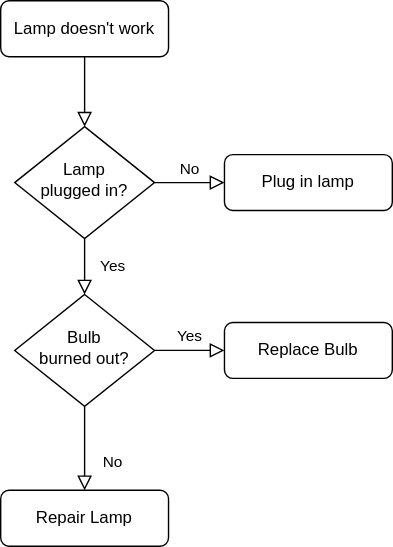
DevOpsCamp2022/pipeline-and-issue-tests keeps this draw.io diagram as diagram.drawio.svg. Above is the earlier version. Source tidied: cells renumbered, new cells last; positions are measured from the earlier drawing's top-left corner, leaving out a move shared by most shapes. Source of this version:
```xml
<mxGraphModel>
  <root>
    <mxCell id="0" />
    <mxCell id="1" parent="0" />
    <mxCell id="2" style="rounded=0;html=1;jettySize=auto;fontSize=11;endArrow=block;endFill=0;endSize=8;strokeWidth=1;shadow=0;labelBackgroundColor=none;edgeStyle=orthogonalEdgeStyle;" parent="1" edge="1" source="3" target="6">
      <mxGeometry relative="1" as="geometry" />
    </mxCell>
    <mxCell id="3" value="Lamp doesn't work" style="rounded=1;whiteSpace=wrap;html=1;fontSize=12;glass=0;strokeWidth=1;shadow=0;" parent="1" vertex="1">
      <mxGeometry width="120" height="40" as="geometry" />
    </mxCell>
    <mxCell id="4" value="Yes" style="rounded=0;html=1;jettySize=auto;fontSize=11;endArrow=block;endFill=0;endSize=8;strokeWidth=1;shadow=0;labelBackgroundColor=none;edgeStyle=orthogonalEdgeStyle;" parent="1" edge="1" source="6" target="10">
      <mxGeometry y="20" relative="1" as="geometry" />
    </mxCell>
    <mxCell id="5" value="No" style="edgeStyle=orthogonalEdgeStyle;rounded=0;html=1;jettySize=auto;fontSize=11;endArrow=block;endFill=0;endSize=8;strokeWidth=1;shadow=0;labelBackgroundColor=none;" parent="1" edge="1" source="6" target="7">
      <mxGeometry y="10" relative="1" as="geometry" />
    </mxCell>
    <mxCell id="6" value="Lamp&lt;br&gt;plugged in?" style="rhombus;whiteSpace=wrap;html=1;shadow=0;fontFamily=Helvetica;fontSize=12;align=center;strokeWidth=1;spacing=6;spacingTop=-4;" parent="1" vertex="1">
      <mxGeometry x="10" y="90" width="100" height="80" as="geometry" />
    </mxCell>
    <mxCell id="7" value="Plug in lamp" style="rounded=1;whiteSpace=wrap;html=1;fontSize=12;glass=0;strokeWidth=1;shadow=0;" parent="1" vertex="1">
      <mxGeometry x="160" y="110" width="120" height="40" as="geometry" />
    </mxCell>
    <mxCell id="8" value="No" style="rounded=0;html=1;jettySize=auto;fontSize=11;endArrow=block;endFill=0;endSize=8;strokeWidth=1;shadow=0;labelBackgroundColor=none;edgeStyle=orthogonalEdgeStyle;" parent="1" edge="1" source="10" target="11">
      <mxGeometry x="0.33" y="20" relative="1" as="geometry" />
    </mxCell>
    <mxCell id="9" value="Yes" style="edgeStyle=orthogonalEdgeStyle;rounded=0;html=1;jettySize=auto;fontSize=11;endArrow=block;endFill=0;endSize=8;strokeWidth=1;shadow=0;labelBackgroundColor=none;" parent="1" edge="1" source="10" target="12">
      <mxGeometry y="10" relative="1" as="geometry" />
    </mxCell>
    <mxCell id="10" value="Bulb&lt;br&gt;burned out?" style="rhombus;whiteSpace=wrap;html=1;shadow=0;fontFamily=Helvetica;fontSize=12;align=center;strokeWidth=1;spacing=6;spacingTop=-4;" parent="1" vertex="1">
      <mxGeometry x="10" y="210" width="100" height="80" as="geometry" />
    </mxCell>
    <mxCell id="11" value="Repair Lamp" style="rounded=1;whiteSpace=wrap;html=1;fontSize=12;glass=0;strokeWidth=1;shadow=0;" parent="1" vertex="1">
      <mxGeometry y="350" width="120" height="40" as="geometry" />
    </mxCell>
    <mxCell id="12" value="Replace Bulb" style="rounded=1;whiteSpace=wrap;html=1;fontSize=12;glass=0;strokeWidth=1;shadow=0;" parent="1" vertex="1">
      <mxGeometry x="160" y="230" width="120" height="40" as="geometry" />
    </mxCell>
  </root>
</mxGraphModel>
```
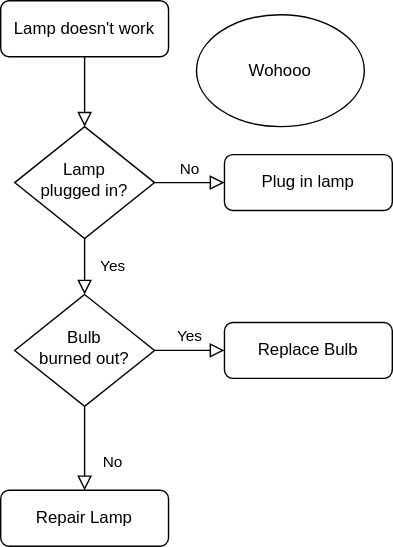
After the commit.

Change to the diagram source:
```diff
@@ -35,5 +35,8 @@
     <mxCell id="12" value="Replace Bulb" style="rounded=1;whiteSpace=wrap;html=1;fontSize=12;glass=0;strokeWidth=1;shadow=0;" parent="1" vertex="1">
       <mxGeometry x="160" y="230" width="120" height="40" as="geometry" />
     </mxCell>
+    <mxCell id="13" value="Wohooo" style="ellipse;whiteSpace=wrap;html=1;" parent="1" vertex="1">
+      <mxGeometry x="140" y="10" width="120" height="80" as="geometry" />
+    </mxCell>
   </root>
 </mxGraphModel>
```
